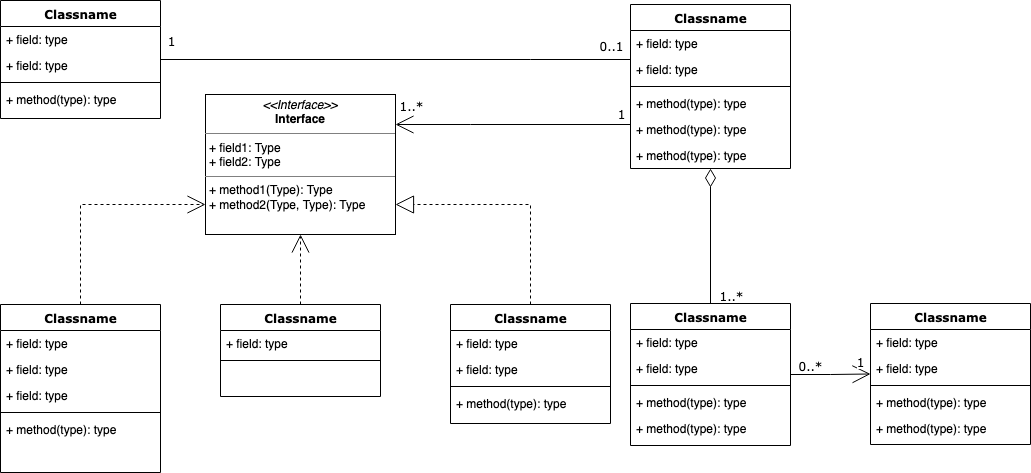
Above: MiniShell.drawio.png in MarcoPoloGe/Minishell (draw.io), before the change. Source tidied: cells renumbered, new cells last; positions are measured from the earlier drawing's top-left corner, leaving out a move shared by most shapes.
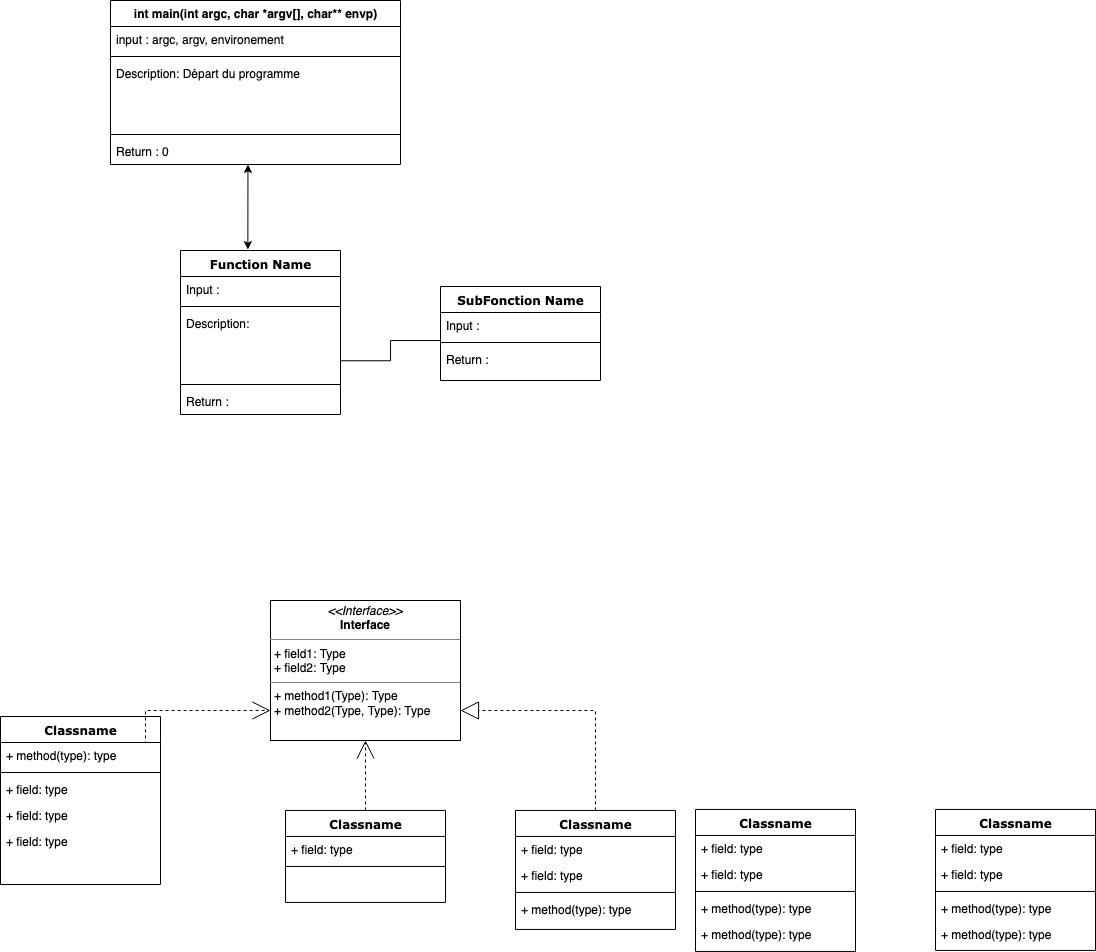
The same diagram one commit later.

Diff of the diagram source:
```diff
@@ -2,105 +2,74 @@
   <root>
     <mxCell id="0" />
     <mxCell id="1" parent="0" />
-    <mxCell id="2" style="edgeStyle=orthogonalEdgeStyle;rounded=0;html=1;dashed=1;labelBackgroundColor=none;startArrow=none;startFill=0;startSize=8;endArrow=open;endFill=0;endSize=16;fontFamily=Verdana;fontSize=12;" parent="1" edge="1" source="3" target="54">
+    <mxCell id="2" style="edgeStyle=orthogonalEdgeStyle;rounded=0;html=1;dashed=1;labelBackgroundColor=none;startArrow=none;startFill=0;startSize=8;endArrow=open;endFill=0;endSize=16;fontFamily=Verdana;fontSize=12;" parent="1" edge="1">
       <mxGeometry relative="1" as="geometry">
+        <mxPoint x="80" y="304" as="sourcePoint" />
+        <mxPoint x="205" y="204" as="targetPoint" />
         <Array as="points">
           <mxPoint x="80" y="204" />
         </Array>
       </mxGeometry>
     </mxCell>
     <mxCell id="3" value="Classname" style="swimlane;html=1;fontStyle=1;align=center;verticalAlign=top;horizontal=1;startSize=26;swimlaneFillColor=#ffffff;rounded=0;shadow=0;comic=0;labelBackgroundColor=none;strokeWidth=1;fillColor=none;fontFamily=Verdana;fontSize=12;" parent="1" vertex="1">
-      <mxGeometry y="304" width="160" height="168" as="geometry" />
+      <mxGeometry x="-65" y="210" width="160" height="168" as="geometry" />
     </mxCell>
+    <mxCell id="8" value="+ method(type): type" style="text;html=1;strokeColor=none;fillColor=none;align=left;verticalAlign=top;spacingLeft=4;spacingRight=4;whiteSpace=wrap;overflow=hidden;" parent="3" vertex="1">
+      <mxGeometry y="26" width="160" height="26" as="geometry" />
+    </mxCell>
+    <mxCell id="7" style="line;html=1;strokeWidth=1;fillColor=none;align=left;verticalAlign=middle;spacingTop=-1;spacingLeft=3;spacingRight=3;labelPosition=right;" parent="3" vertex="1">
+      <mxGeometry y="52" width="160" height="8" as="geometry" />
+    </mxCell>
+    <mxCell id="6" value="+ field: type" style="text;html=1;strokeColor=none;fillColor=none;align=left;verticalAlign=top;spacingLeft=4;spacingRight=4;whiteSpace=wrap;overflow=hidden;" parent="3" vertex="1">
+      <mxGeometry y="60" width="160" height="26" as="geometry" />
+    </mxCell>
+    <mxCell id="5" value="+ field: type" style="text;html=1;strokeColor=none;fillColor=none;align=left;verticalAlign=top;spacingLeft=4;spacingRight=4;whiteSpace=wrap;overflow=hidden;" parent="3" vertex="1">
+      <mxGeometry y="86" width="160" height="26" as="geometry" />
+    </mxCell>
     <mxCell id="4" value="+ field: type" style="text;html=1;strokeColor=none;fillColor=none;align=left;verticalAlign=top;spacingLeft=4;spacingRight=4;whiteSpace=wrap;overflow=hidden;" parent="3" vertex="1">
-      <mxGeometry y="26" width="160" height="26" as="geometry" />
+      <mxGeometry y="112" width="160" height="26" as="geometry" />
     </mxCell>
-    <mxCell id="5" value="+ field: type" style="text;html=1;strokeColor=none;fillColor=none;align=left;verticalAlign=top;spacingLeft=4;spacingRight=4;whiteSpace=wrap;overflow=hidden;" parent="3" vertex="1">
-      <mxGeometry y="52" width="160" height="26" as="geometry" />
-    </mxCell>
-    <mxCell id="6" value="+ field: type" style="text;html=1;strokeColor=none;fillColor=none;align=left;verticalAlign=top;spacingLeft=4;spacingRight=4;whiteSpace=wrap;overflow=hidden;" parent="3" vertex="1">
-      <mxGeometry y="78" width="160" height="26" as="geometry" />
-    </mxCell>
-    <mxCell id="7" style="line;html=1;strokeWidth=1;fillColor=none;align=left;verticalAlign=middle;spacingTop=-1;spacingLeft=3;spacingRight=3;labelPosition=right;" parent="3" vertex="1">
-      <mxGeometry y="104" width="160" height="8" as="geometry" />
-    </mxCell>
-    <mxCell id="8" value="+ method(type): type" style="text;html=1;strokeColor=none;fillColor=none;align=left;verticalAlign=top;spacingLeft=4;spacingRight=4;whiteSpace=wrap;overflow=hidden;" parent="3" vertex="1">
-      <mxGeometry y="112" width="160" height="26" as="geometry" />
-    </mxCell>
-    <mxCell id="9" value="Classname" style="swimlane;html=1;fontStyle=1;align=center;verticalAlign=top;horizontal=1;startSize=26;swimlaneFillColor=#ffffff;rounded=0;shadow=0;comic=0;labelBackgroundColor=none;strokeWidth=1;fillColor=none;fontFamily=Verdana;fontSize=12;" parent="1" vertex="1">
-      <mxGeometry width="160" height="118" as="geometry" />
+    <mxCell id="9" value="&lt;div&gt;Function Name&lt;/div&gt;" style="swimlane;html=1;fontStyle=1;align=center;verticalAlign=top;horizontal=1;startSize=26;swimlaneFillColor=#ffffff;rounded=0;shadow=0;comic=0;labelBackgroundColor=none;strokeWidth=1;fillColor=none;fontFamily=Verdana;fontSize=12;" parent="1" vertex="1">
+      <mxGeometry x="115" y="-256" width="160" height="164" as="geometry" />
     </mxCell>
-    <mxCell id="10" value="+ field: type" style="text;html=1;strokeColor=none;fillColor=none;align=left;verticalAlign=top;spacingLeft=4;spacingRight=4;whiteSpace=wrap;overflow=hidden;" parent="9" vertex="1">
+    <mxCell id="10" value="Input : " style="text;html=1;strokeColor=none;fillColor=none;align=left;verticalAlign=top;spacingLeft=4;spacingRight=4;whiteSpace=wrap;overflow=hidden;" parent="9" vertex="1">
       <mxGeometry y="26" width="160" height="26" as="geometry" />
     </mxCell>
+    <mxCell id="55" style="line;html=1;strokeWidth=1;fillColor=none;align=left;verticalAlign=middle;spacingTop=-1;spacingLeft=3;spacingRight=3;labelPosition=right;" parent="9" vertex="1">
+      <mxGeometry y="52" width="160" height="8" as="geometry" />
+    </mxCell>
-    <mxCell id="11" value="+ field: type" style="text;html=1;strokeColor=none;fillColor=none;align=left;verticalAlign=top;spacingLeft=4;spacingRight=4;whiteSpace=wrap;overflow=hidden;points=[[0,0.5],[1,0.5]];portConstraint=eastwest;" parent="9" vertex="1">
-      <mxGeometry y="52" width="160" height="26" as="geometry" />
+    <mxCell id="11" value="Description:" style="text;html=1;strokeColor=none;fillColor=none;align=left;verticalAlign=top;spacingLeft=4;spacingRight=4;whiteSpace=wrap;overflow=hidden;points=[[0,0.5],[1,0.5]];portConstraint=eastwest;" parent="9" vertex="1">
+      <mxGeometry y="60" width="160" height="70" as="geometry" />
     </mxCell>
     <mxCell id="12" style="line;html=1;strokeWidth=1;fillColor=none;align=left;verticalAlign=middle;spacingTop=-1;spacingLeft=3;spacingRight=3;labelPosition=right;" parent="9" vertex="1">
-      <mxGeometry y="78" width="160" height="8" as="geometry" />
+      <mxGeometry y="130" width="160" height="8" as="geometry" />
     </mxCell>
-    <mxCell id="13" value="+ method(type): type" style="text;html=1;strokeColor=none;fillColor=none;align=left;verticalAlign=top;spacingLeft=4;spacingRight=4;whiteSpace=wrap;overflow=hidden;" parent="9" vertex="1">
-      <mxGeometry y="86" width="160" height="26" as="geometry" />
+    <mxCell id="13" value="Return :" style="text;html=1;strokeColor=none;fillColor=none;align=left;verticalAlign=top;spacingLeft=4;spacingRight=4;whiteSpace=wrap;overflow=hidden;" parent="9" vertex="1">
+      <mxGeometry y="138" width="160" height="26" as="geometry" />
     </mxCell>
-    <mxCell id="14" style="edgeStyle=orthogonalEdgeStyle;rounded=0;html=1;labelBackgroundColor=none;startArrow=none;startFill=0;startSize=8;endArrow=open;endFill=0;endSize=16;fontFamily=Verdana;fontSize=12;" parent="1" edge="1" source="20" target="54">
-      <mxGeometry relative="1" as="geometry">
-        <Array as="points">
-          <mxPoint x="470" y="124" />
-          <mxPoint x="470" y="124" />
-        </Array>
-      </mxGeometry>
-    </mxCell>
-    <mxCell id="15" value="1..*" style="text;html=1;align=center;verticalAlign=middle;labelBackgroundColor=#ffffff;fontSize=12;fontFamily=Verdana;" parent="14" vertex="1">
-      <mxGeometry x="0.86" y="2" relative="1" as="geometry">
-        <mxPoint x="-2" y="-22" as="offset" />
-      </mxGeometry>
-    </mxCell>
-    <mxCell id="16" value="1" style="text;html=1;align=center;verticalAlign=middle;labelBackgroundColor=#ffffff;fontSize=12;fontFamily=Verdana;" parent="14" vertex="1">
-      <mxGeometry x="0.36" y="152" relative="1" as="geometry">
-        <mxPoint x="150" y="-164" as="offset" />
-      </mxGeometry>
-    </mxCell>
-    <mxCell id="17" style="edgeStyle=orthogonalEdgeStyle;rounded=0;html=1;labelBackgroundColor=none;startArrow=none;startFill=0;startSize=8;endArrow=none;endFill=0;endSize=16;fontFamily=Verdana;fontSize=12;" parent="1" edge="1" source="20" target="9">
+    <mxCell id="17" style="edgeStyle=orthogonalEdgeStyle;rounded=0;html=1;labelBackgroundColor=none;startArrow=none;startFill=0;startSize=8;endArrow=none;endFill=0;endSize=16;fontFamily=Verdana;fontSize=12;entryX=0.998;entryY=0.718;entryDx=0;entryDy=0;entryPerimeter=0;" parent="1" edge="1" source="20" target="11">
       <mxGeometry relative="1" as="geometry">
         <Array as="points">
-          <mxPoint x="530" y="59" />
-          <mxPoint x="530" y="59" />
+          <mxPoint x="325" y="-166" />
         </Array>
       </mxGeometry>
     </mxCell>
-    <mxCell id="18" value="0..1" style="text;html=1;align=center;verticalAlign=middle;labelBackgroundColor=#ffffff;fontSize=12;fontFamily=Verdana;" parent="17" vertex="1">
-      <mxGeometry x="-0.57" y="-86" relative="1" as="geometry">
-        <mxPoint x="80" y="71" as="offset" />
-      </mxGeometry>
-    </mxCell>
-    <mxCell id="19" value="1" style="text;html=1;align=center;verticalAlign=middle;labelBackgroundColor=#ffffff;fontSize=12;fontFamily=Verdana;" parent="17" vertex="1">
-      <mxGeometry x="0.89" y="-1" relative="1" as="geometry">
-        <mxPoint x="-15" y="-19" as="offset" />
-      </mxGeometry>
-    </mxCell>
-    <mxCell id="20" value="Classname" style="swimlane;html=1;fontStyle=1;align=center;verticalAlign=top;horizontal=1;startSize=26;swimlaneFillColor=#ffffff;rounded=0;shadow=0;comic=0;labelBackgroundColor=none;strokeWidth=1;fillColor=none;fontFamily=Verdana;fontSize=12;" parent="1" vertex="1">
-      <mxGeometry x="630" y="4" width="160" height="164" as="geometry" />
+    <mxCell id="20" value="&lt;div&gt;SubFonction Name&lt;/div&gt;&lt;div&gt;&lt;br&gt;&lt;/div&gt;" style="swimlane;html=1;fontStyle=1;align=center;verticalAlign=top;horizontal=1;startSize=26;swimlaneFillColor=#ffffff;rounded=0;shadow=0;comic=0;labelBackgroundColor=none;strokeWidth=1;fillColor=none;fontFamily=Verdana;fontSize=12;" parent="1" vertex="1">
+      <mxGeometry x="375" y="-220" width="160" height="94" as="geometry" />
     </mxCell>
-    <mxCell id="21" value="+ field: type" style="text;html=1;strokeColor=none;fillColor=none;align=left;verticalAlign=top;spacingLeft=4;spacingRight=4;whiteSpace=wrap;overflow=hidden;" parent="20" vertex="1">
+    <mxCell id="21" value="Input :" style="text;html=1;strokeColor=none;fillColor=none;align=left;verticalAlign=top;spacingLeft=4;spacingRight=4;whiteSpace=wrap;overflow=hidden;" parent="20" vertex="1">
       <mxGeometry y="26" width="160" height="26" as="geometry" />
     </mxCell>
-    <mxCell id="22" value="+ field: type" style="text;html=1;strokeColor=none;fillColor=none;align=left;verticalAlign=top;spacingLeft=4;spacingRight=4;whiteSpace=wrap;overflow=hidden;" parent="20" vertex="1">
-      <mxGeometry y="52" width="160" height="26" as="geometry" />
-    </mxCell>
     <mxCell id="23" style="line;html=1;strokeWidth=1;fillColor=none;align=left;verticalAlign=middle;spacingTop=-1;spacingLeft=3;spacingRight=3;labelPosition=right;" parent="20" vertex="1">
-      <mxGeometry y="78" width="160" height="8" as="geometry" />
+      <mxGeometry y="52" width="160" height="8" as="geometry" />
     </mxCell>
-    <mxCell id="24" value="+ method(type): type" style="text;html=1;strokeColor=none;fillColor=none;align=left;verticalAlign=top;spacingLeft=4;spacingRight=4;whiteSpace=wrap;overflow=hidden;" parent="20" vertex="1">
-      <mxGeometry y="86" width="160" height="26" as="geometry" />
-    </mxCell>
-    <mxCell id="25" value="+ method(type): type" style="text;html=1;strokeColor=none;fillColor=none;align=left;verticalAlign=top;spacingLeft=4;spacingRight=4;whiteSpace=wrap;overflow=hidden;" parent="20" vertex="1">
-      <mxGeometry y="112" width="160" height="26" as="geometry" />
-    </mxCell>
-    <mxCell id="26" value="+ method(type): type" style="text;html=1;strokeColor=none;fillColor=none;align=left;verticalAlign=top;spacingLeft=4;spacingRight=4;whiteSpace=wrap;overflow=hidden;" parent="20" vertex="1">
-      <mxGeometry y="138" width="160" height="26" as="geometry" />
+    <mxCell id="26" value="Return :" style="text;html=1;strokeColor=none;fillColor=none;align=left;verticalAlign=top;spacingLeft=4;spacingRight=4;whiteSpace=wrap;overflow=hidden;" parent="20" vertex="1">
+      <mxGeometry y="60" width="160" height="26" as="geometry" />
     </mxCell>
-    <mxCell id="27" style="edgeStyle=orthogonalEdgeStyle;rounded=0;html=1;dashed=1;labelBackgroundColor=none;startArrow=none;startFill=0;startSize=8;endArrow=open;endFill=0;endSize=16;fontFamily=Verdana;fontSize=12;" parent="1" edge="1" source="28" target="54">
-      <mxGeometry relative="1" as="geometry" />
+    <mxCell id="27" style="edgeStyle=orthogonalEdgeStyle;rounded=0;html=1;dashed=1;labelBackgroundColor=none;startArrow=none;startFill=0;startSize=8;endArrow=open;endFill=0;endSize=16;fontFamily=Verdana;fontSize=12;" parent="1" edge="1" source="28">
+      <mxGeometry relative="1" as="geometry">
+        <mxPoint x="300" y="234" as="targetPoint" />
+      </mxGeometry>
     </mxCell>
     <mxCell id="28" value="Classname" style="swimlane;html=1;fontStyle=1;align=center;verticalAlign=top;horizontal=1;startSize=26;swimlaneFillColor=#ffffff;rounded=0;shadow=0;comic=0;labelBackgroundColor=none;strokeWidth=1;fillColor=none;fontFamily=Verdana;fontSize=12;" parent="1" vertex="1">
       <mxGeometry x="220" y="304" width="160" height="92" as="geometry" />
@@ -111,27 +80,6 @@
     <mxCell id="30" style="line;html=1;strokeWidth=1;fillColor=none;align=left;verticalAlign=middle;spacingTop=-1;spacingLeft=3;spacingRight=3;labelPosition=right;" parent="28" vertex="1">
       <mxGeometry y="52" width="160" height="8" as="geometry" />
     </mxCell>
-    <mxCell id="31" style="edgeStyle=orthogonalEdgeStyle;rounded=0;html=1;labelBackgroundColor=none;startArrow=none;startFill=0;startSize=8;endArrow=diamondThin;endFill=0;endSize=16;fontFamily=Verdana;fontSize=12;" parent="1" edge="1" source="36" target="20">
-      <mxGeometry relative="1" as="geometry" />
-    </mxCell>
-    <mxCell id="32" value="1..*" style="text;html=1;align=center;verticalAlign=middle;labelBackgroundColor=#ffffff;fontSize=12;fontFamily=Verdana;" parent="31" vertex="1">
-      <mxGeometry x="-0.85" y="-1" relative="1" as="geometry">
-        <mxPoint x="19" y="1" as="offset" />
-      </mxGeometry>
-    </mxCell>
-    <mxCell id="33" style="edgeStyle=orthogonalEdgeStyle;rounded=0;html=1;labelBackgroundColor=none;startArrow=none;startFill=0;startSize=8;endArrow=open;endFill=0;endSize=16;fontFamily=Verdana;fontSize=12;" parent="1" edge="1" source="36" target="42">
-      <mxGeometry relative="1" as="geometry" />
-    </mxCell>
-    <mxCell id="34" value="0..*" style="text;html=1;align=center;verticalAlign=middle;labelBackgroundColor=#ffffff;fontSize=12;fontFamily=Verdana;" parent="33" vertex="1">
-      <mxGeometry x="-0.79" relative="1" as="geometry">
-        <mxPoint x="11" y="-10" as="offset" />
-      </mxGeometry>
-    </mxCell>
-    <mxCell id="35" value="1" style="text;html=1;align=center;verticalAlign=middle;labelBackgroundColor=#ffffff;fontSize=12;fontFamily=Verdana;" parent="33" vertex="1">
-      <mxGeometry x="0.7" y="1" relative="1" as="geometry">
-        <mxPoint x="2" y="-12" as="offset" />
-      </mxGeometry>
-    </mxCell>
     <mxCell id="36" value="Classname" style="swimlane;html=1;fontStyle=1;align=center;verticalAlign=top;horizontal=1;startSize=26;swimlaneFillColor=#ffffff;rounded=0;shadow=0;comic=0;labelBackgroundColor=none;strokeWidth=1;fillColor=none;fontFamily=Verdana;fontSize=12;" parent="1" vertex="1">
       <mxGeometry x="630" y="303" width="160" height="142" as="geometry" />
     </mxCell>
@@ -168,8 +116,9 @@
     <mxCell id="47" value="+ method(type): type" style="text;html=1;strokeColor=none;fillColor=none;align=left;verticalAlign=top;spacingLeft=4;spacingRight=4;whiteSpace=wrap;overflow=hidden;" parent="42" vertex="1">
       <mxGeometry y="112" width="160" height="26" as="geometry" />
     </mxCell>
-    <mxCell id="48" style="edgeStyle=orthogonalEdgeStyle;rounded=0;html=1;dashed=1;labelBackgroundColor=none;startArrow=none;startFill=0;startSize=8;endArrow=block;endFill=0;endSize=16;fontFamily=Verdana;fontSize=12;" parent="1" edge="1" source="49" target="54">
+    <mxCell id="48" style="edgeStyle=orthogonalEdgeStyle;rounded=0;html=1;dashed=1;labelBackgroundColor=none;startArrow=none;startFill=0;startSize=8;endArrow=block;endFill=0;endSize=16;fontFamily=Verdana;fontSize=12;" parent="1" edge="1" source="49">
       <mxGeometry relative="1" as="geometry">
+        <mxPoint x="395" y="204" as="targetPoint" />
         <Array as="points">
           <mxPoint x="530" y="204" />
         </Array>
@@ -193,5 +142,26 @@
     <mxCell id="54" value="&lt;p style=&quot;margin:0px;margin-top:4px;text-align:center;&quot;&gt;&lt;i&gt;&amp;lt;&amp;lt;Interface&amp;gt;&amp;gt;&lt;/i&gt;&lt;br/&gt;&lt;b&gt;Interface&lt;/b&gt;&lt;/p&gt;&lt;hr size=&quot;1&quot;/&gt;&lt;p style=&quot;margin:0px;margin-left:4px;&quot;&gt;+ field1: Type&lt;br/&gt;+ field2: Type&lt;/p&gt;&lt;hr size=&quot;1&quot;/&gt;&lt;p style=&quot;margin:0px;margin-left:4px;&quot;&gt;+ method1(Type): Type&lt;br/&gt;+ method2(Type, Type): Type&lt;/p&gt;" style="verticalAlign=top;align=left;overflow=fill;fontSize=12;fontFamily=Helvetica;html=1;rounded=0;shadow=0;comic=0;labelBackgroundColor=none;strokeWidth=1;" parent="1" vertex="1">
       <mxGeometry x="205" y="94" width="190" height="140" as="geometry" />
     </mxCell>
+    <mxCell id="56" value="&lt;div style=&quot;font-size: 12px;&quot;&gt;int main(int argc, char *argv[], char** envp)&lt;/div&gt;" style="swimlane;html=1;fontStyle=1;align=center;verticalAlign=top;horizontal=1;startSize=26;swimlaneFillColor=#ffffff;rounded=0;shadow=0;comic=0;labelBackgroundColor=none;strokeWidth=1;fillColor=none;fontFamily=Helvetica;fontSize=12;" parent="1" vertex="1">
+      <mxGeometry x="45" y="-506" width="290" height="164" as="geometry" />
+    </mxCell>
+    <mxCell id="57" value="input : argc, argv, environement" style="text;html=1;strokeColor=none;fillColor=none;align=left;verticalAlign=top;spacingLeft=4;spacingRight=4;whiteSpace=wrap;overflow=hidden;fontSize=12;" parent="56" vertex="1">
+      <mxGeometry y="26" width="290" height="26" as="geometry" />
+    </mxCell>
+    <mxCell id="58" style="line;html=1;strokeWidth=1;fillColor=none;align=left;verticalAlign=middle;spacingTop=-1;spacingLeft=3;spacingRight=3;labelPosition=right;" parent="56" vertex="1">
+      <mxGeometry y="52" width="290" height="8" as="geometry" />
+    </mxCell>
+    <mxCell id="59" value="Description: Départ du programme" style="text;html=1;strokeColor=none;fillColor=none;align=left;verticalAlign=top;spacingLeft=4;spacingRight=4;whiteSpace=wrap;overflow=hidden;" parent="56" vertex="1">
+      <mxGeometry y="60" width="290" height="70" as="geometry" />
+    </mxCell>
+    <mxCell id="60" style="line;html=1;strokeWidth=1;fillColor=none;align=left;verticalAlign=middle;spacingTop=-1;spacingLeft=3;spacingRight=3;labelPosition=right;" parent="56" vertex="1">
+      <mxGeometry y="130" width="290" height="8" as="geometry" />
+    </mxCell>
+    <mxCell id="61" value="Return : 0" style="text;html=1;strokeColor=none;fillColor=none;align=left;verticalAlign=top;spacingLeft=4;spacingRight=4;whiteSpace=wrap;overflow=hidden;points=[[0,0.5],[1,0.5]];portConstraint=eastwest;" parent="56" vertex="1">
+      <mxGeometry y="138" width="290" height="26" as="geometry" />
+    </mxCell>
+    <mxCell id="62" style="endArrow=classic;startArrow=classic;html=1;rounded=0;fontFamily=Helvetica;fontSize=12;entryX=0.474;entryY=0.998;entryDx=0;entryDy=0;entryPerimeter=0;exitX=0.421;exitY=-0.005;exitDx=0;exitDy=0;exitPerimeter=0;edgeStyle=orthogonalEdgeStyle;elbow=vertical;" parent="1" edge="1" source="9" target="61">
+      <mxGeometry relative="1" as="geometry" />
+    </mxCell>
   </root>
 </mxGraphModel>
```
